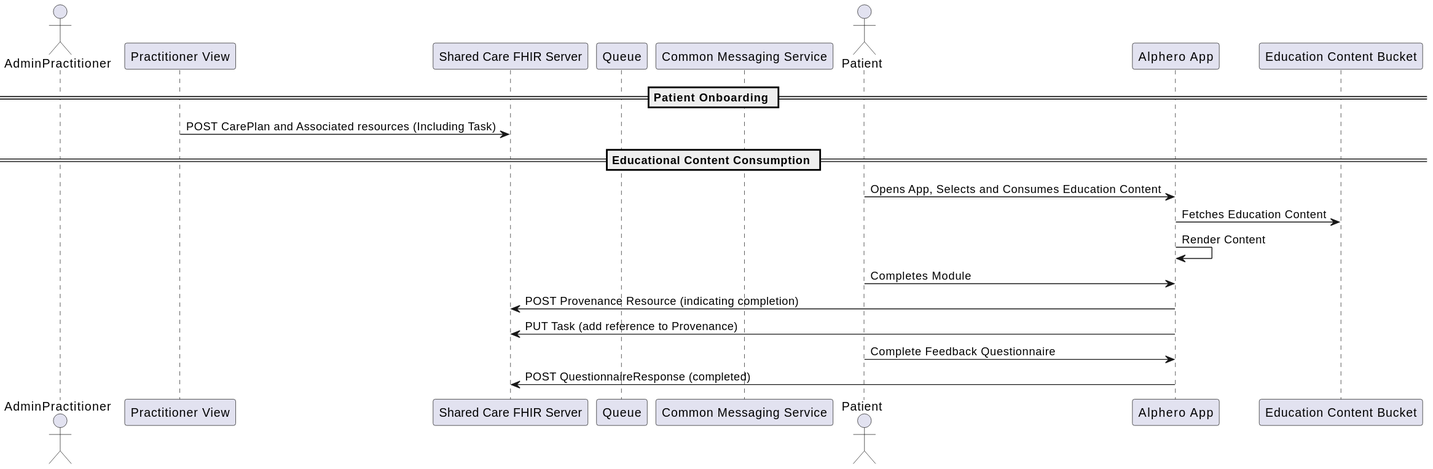
The PlantUML diagram input/images/rpm-education-flow.svg in tewhatuora/cinc-fhir-ig, before a commit. Its diagram source:
```plantuml
@startuml
actor AdminPractitioner
participant "Practitioner View" as PV
participant "Shared Care FHIR Server" as FHIR
participant "Queue" as MQ
participant "Common Messaging Service" as CMS
actor Patient
participant "Alphero App" as App
participant "Education Content Bucket" as ECB

== Patient Onboarding ==
PV -> FHIR : POST CarePlan and Associated resources (Including Task)

== Educational Content Consumption ==
Patient -> App : Opens App, Selects and Consumes Education Content
App -> ECB : Fetches Education Content
App -> App : Render Content
Patient -> App : Completes Module
App -> FHIR : POST Provenance Resource (indicating completion)
App -> FHIR : PUT Task (add reference to Provenance)
Patient -> App : Complete Feedback Questionnaire
App -> FHIR : POST QuestionnaireResponse (completed)
@enduml
```
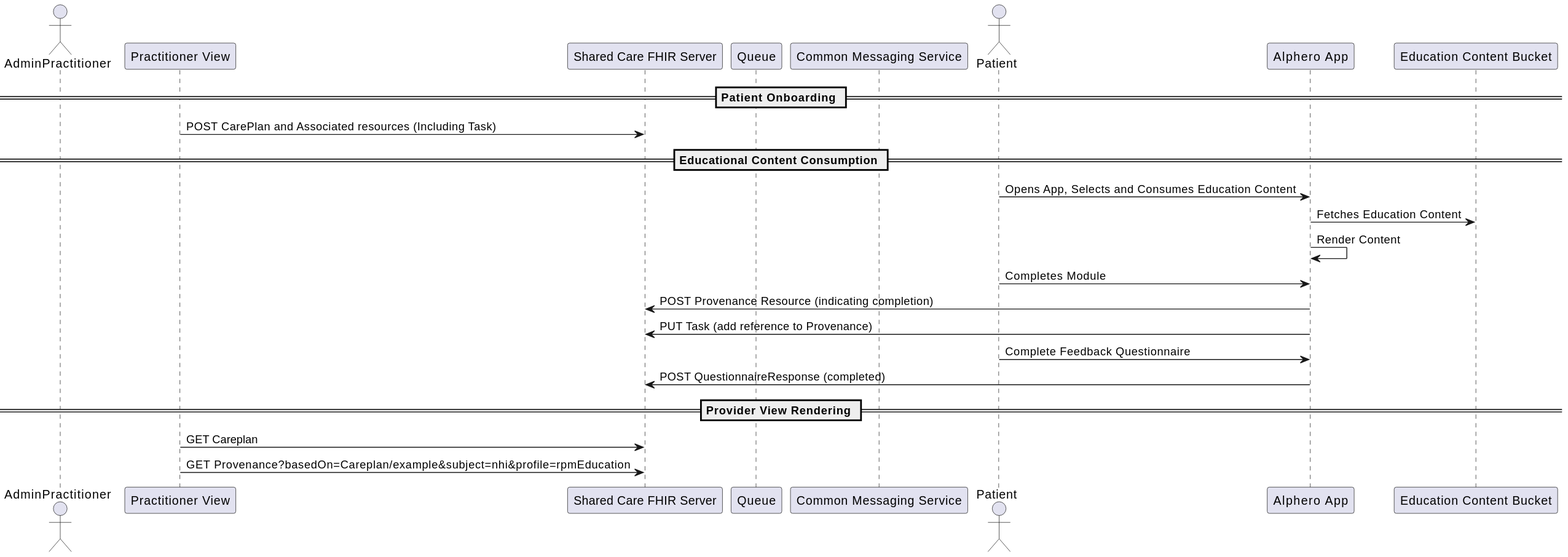
After the change.

Change to the diagram source:
```diff
@@ -20,4 +20,8 @@
 App -> FHIR : PUT Task (add reference to Provenance)
 Patient -> App : Complete Feedback Questionnaire
 App -> FHIR : POST QuestionnaireResponse (completed)
+
+== Provider View Rendering ==
+PV -> FHIR : GET Careplan
+PV -> FHIR : GET Provenance?basedOn=Careplan/example&subject=nhi&profile=rpmEducation
 @enduml
```
